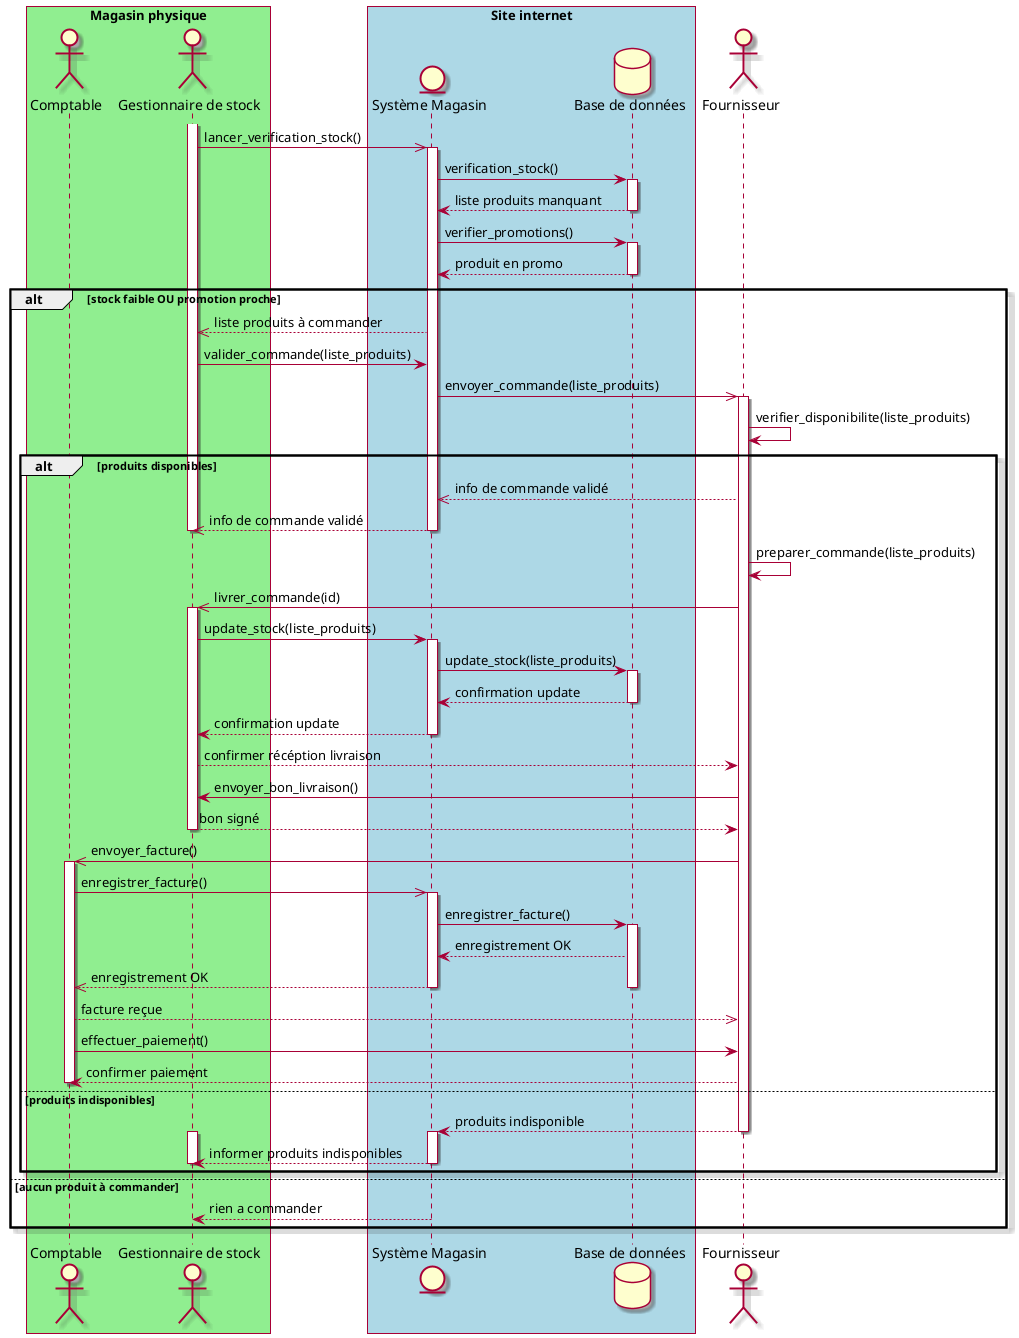
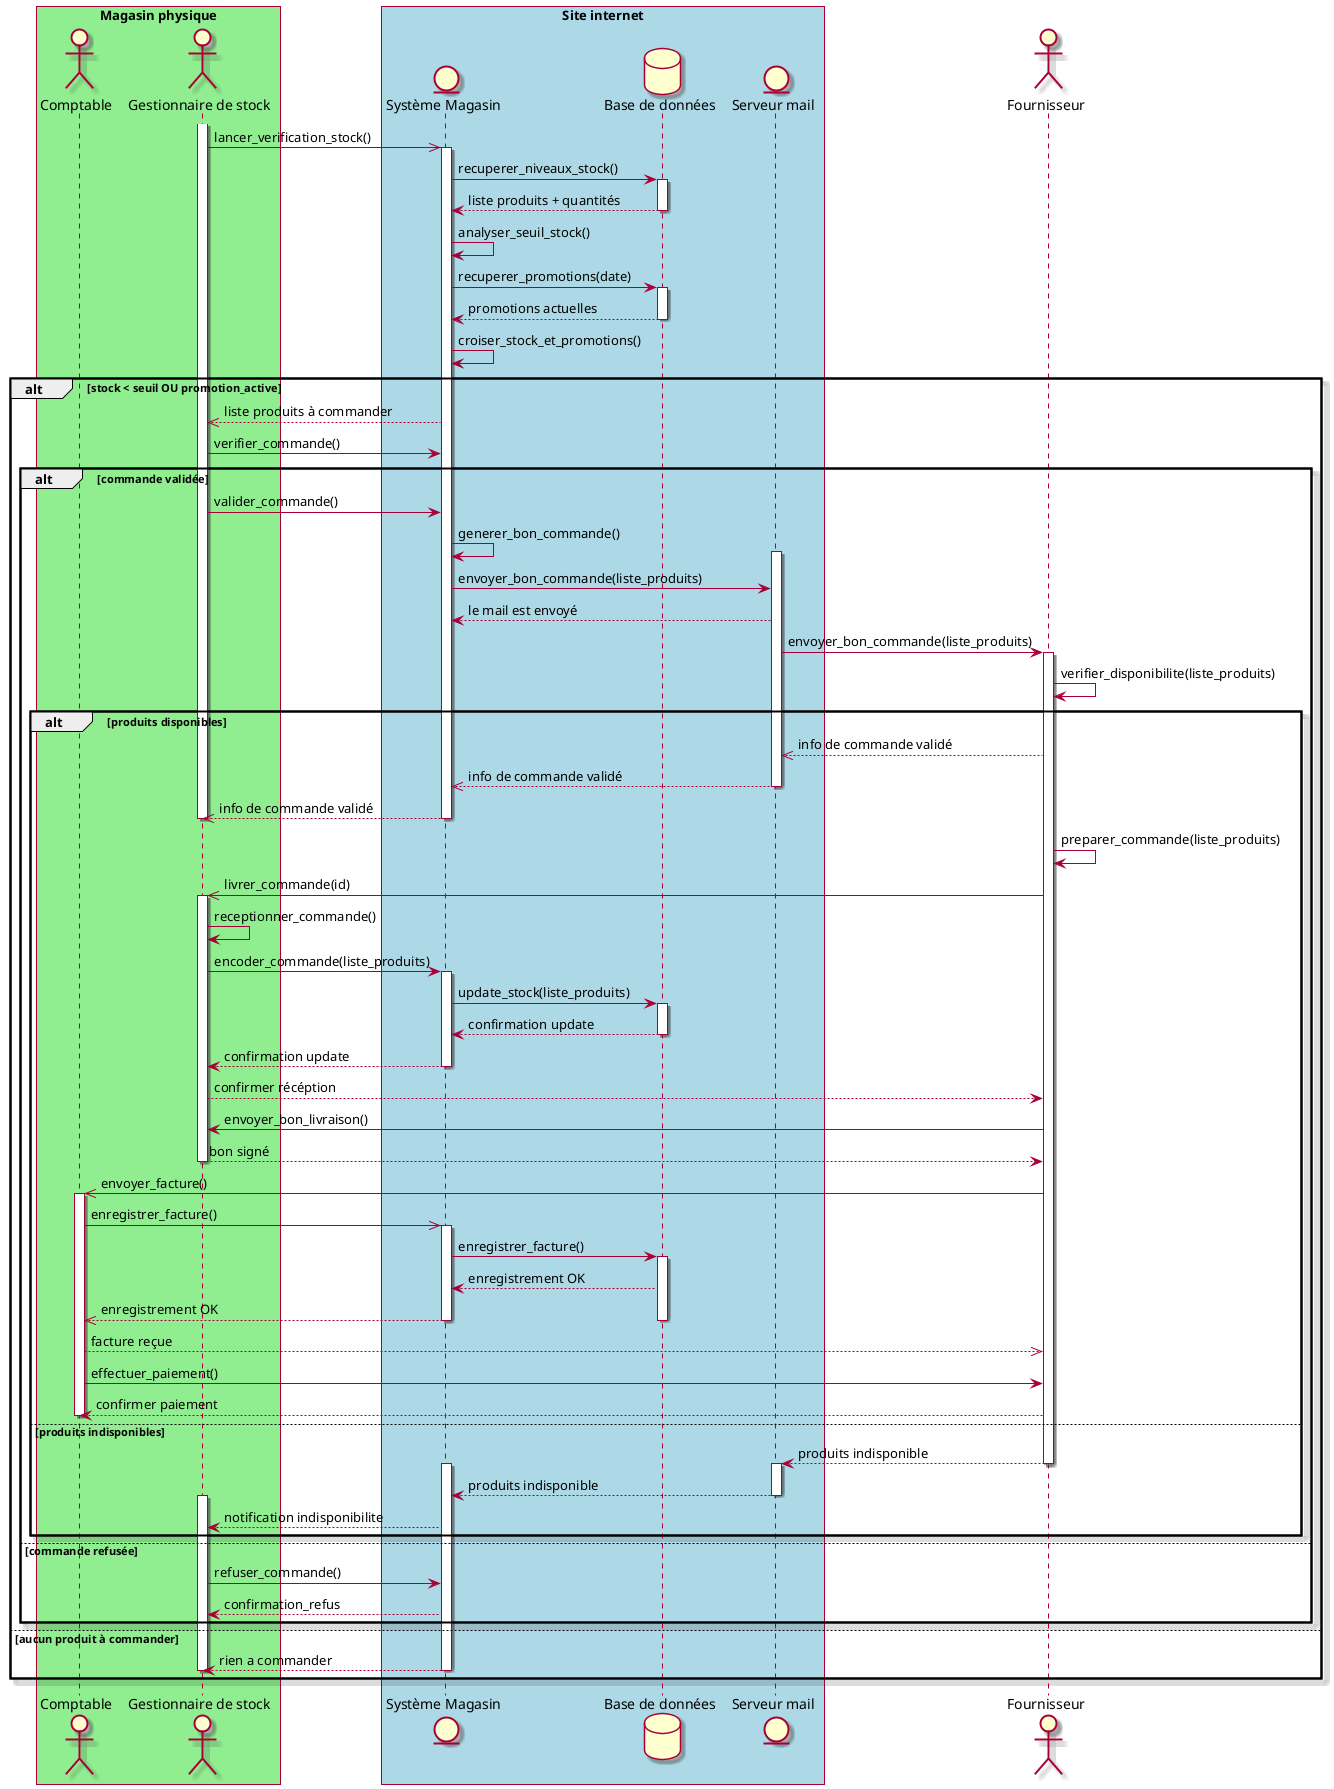
@startuml "Réapprovisionnement automatique"

skin rose
/'skinparam sequenceMessageAlign center'/

box "Magasin physique" #LightGreen
actor "Comptable" as comptable
actor "Gestionnaire de stock" as gestionnaire
end box

box "Site internet" #LightBlue
entity "Système Magasin" as systeme
database "Base de données" as bdd
+ entity "Serveur mail" as mail
end box

actor "Fournisseur" as fournisseur

/' Vérification des stocks '/
activate gestionnaire
gestionnaire ->> systeme : lancer_verification_stock()

activate systeme
- systeme -> bdd : verification_stock()
+ systeme -> bdd : recuperer_niveaux_stock()

activate bdd
- bdd --> systeme : liste produits manquant
+ bdd --> systeme : liste produits + quantités
deactivate bdd

- /'systeme -> systeme : comparer_quantite_au_seuil()'/
+ systeme -> systeme : analyser_seuil_stock()
+ systeme -> bdd : recuperer_promotions(date)
+ activate bdd
+ bdd --> systeme : promotions actuelles
+ deactivate bdd
+ systeme -> systeme : croiser_stock_et_promotions()

- systeme -> bdd : verifier_promotions()
- activate bdd
- bdd --> systeme : produit en promo
- deactivate bdd
- 
- alt stock faible OU promotion proche
+ alt stock < seuil OU promotion_active

    systeme -->> gestionnaire : liste produits à commander
+     gestionnaire -> systeme : verifier_commande()

-     gestionnaire -> systeme : valider_commande(liste_produits)
-     systeme ->> fournisseur : envoyer_commande(liste_produits)
-     activate fournisseur
-     fournisseur -> fournisseur : verifier_disponibilite(liste_produits)
+     alt commande validée
+         gestionnaire -> systeme : valider_commande()

-     alt produits disponibles
-         fournisseur -->> systeme : info de commande validé
-         systeme -->> gestionnaire : info de commande validé
-         deactivate gestionnaire
-         deactivate systeme
+         systeme -> systeme : generer_bon_commande()
+         activate mail
+         systeme -> mail : envoyer_bon_commande(liste_produits)
+         mail --> systeme : le mail est envoyé
+         mail -> fournisseur : envoyer_bon_commande(liste_produits)
+         activate fournisseur
+         fournisseur -> fournisseur : verifier_disponibilite(liste_produits)

-         /'gestionnaire ->> fournisseur : valider_commande(id)'/
-         fournisseur -> fournisseur : preparer_commande(liste_produits)
-         fournisseur ->> gestionnaire : livrer_commande(id)
-         activate gestionnaire
+         alt produits disponibles
+             fournisseur -->> mail : info de commande validé
+             mail -->> systeme : info de commande validé
+             deactivate mail
+             systeme -->> gestionnaire : info de commande validé
+             deactivate gestionnaire
+             deactivate systeme

-         gestionnaire -> systeme : update_stock(liste_produits)
-         activate systeme
-         systeme -> bdd : update_stock(liste_produits)
+             fournisseur -> fournisseur : preparer_commande(liste_produits)
+             fournisseur ->> gestionnaire : livrer_commande(id)
+             activate gestionnaire

-         activate bdd
-         bdd --> systeme : confirmation update
-         deactivate bdd
-         systeme --> gestionnaire : confirmation update
-         deactivate systeme
+             gestionnaire -> gestionnaire : receptionner_commande()
+             gestionnaire -> systeme : encoder_commande(liste_produits)
+             activate systeme
+             systeme -> bdd : update_stock(liste_produits)
+ 
+             activate bdd
+             bdd --> systeme : confirmation update
+             deactivate bdd
+             systeme --> gestionnaire : confirmation update
+             deactivate systeme


-         gestionnaire --> fournisseur : confirmer récéption livraison
+             gestionnaire --> fournisseur : confirmer récéption

-         fournisseur -> gestionnaire : envoyer_bon_livraison()
-         gestionnaire --> fournisseur : bon signé
-         deactivate gestionnaire
+             fournisseur -> gestionnaire : envoyer_bon_livraison()
+             gestionnaire --> fournisseur : bon signé
+             deactivate gestionnaire

-         /'Facturation'/
-         fournisseur ->> comptable : envoyer_facture()
+             /'Facturation'/
+             fournisseur ->> comptable : envoyer_facture()

-         activate comptable
-         comptable ->> systeme : enregistrer_facture()
-         activate systeme
-         systeme -> bdd : enregistrer_facture()
-         activate bdd
-         bdd --> systeme : enregistrement OK
-         systeme -->> comptable : enregistrement OK
-         deactivate bdd
-         deactivate systeme
+             activate comptable
+             comptable ->> systeme : enregistrer_facture()
+             activate systeme
+             systeme -> bdd : enregistrer_facture()
+             activate bdd
+             bdd --> systeme : enregistrement OK
+             systeme -->> comptable : enregistrement OK
+             deactivate bdd
+             deactivate systeme

-         comptable -->> fournisseur : facture reçue
-         comptable -> fournisseur : effectuer_paiement()
-         fournisseur --> comptable : confirmer paiement
-         deactivate comptable
+             comptable -->> fournisseur : facture reçue
+             comptable -> fournisseur : effectuer_paiement()
+             fournisseur --> comptable : confirmer paiement
+             deactivate comptable

-     else produits indisponibles
-         fournisseur --> systeme : produits indisponible
-         deactivate fournisseur
-         activate systeme         /'activation car activer avant alt'/
-         activate gestionnaire /'activation car activer avant alt'/
-         systeme --> gestionnaire : informer produits indisponibles
-         deactivate systeme
-         deactivate gestionnaire
+         else produits indisponibles
+             fournisseur --> mail : produits indisponible
+             deactivate fournisseur
+             activate mail
+             activate systeme
+             mail --> systeme : produits indisponible
+             deactivate mail
+             activate gestionnaire
+             systeme --> gestionnaire : notification indisponibilite
+         end
+     else commande refusée
+         gestionnaire -> systeme : refuser_commande()
+         systeme --> gestionnaire : confirmation_refus
    end
else aucun produit à commander

    activate systeme
    activate gestionnaire
    systeme --> gestionnaire : rien a commander
    deactivate gestionnaire
    deactivate systeme


end

@enduml